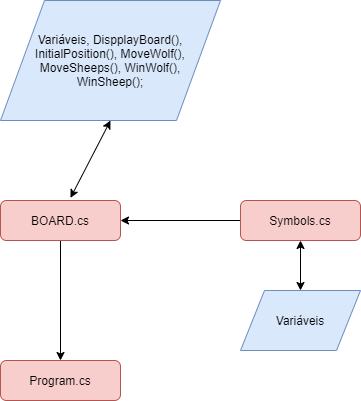
malmaboy/Images keeps this draw.io diagram as Flowchart.png. Above is the earlier version. Source tidied: cells renumbered, new cells last; positions are measured from the earlier drawing's top-left corner, leaving out a move shared by most shapes. The source it was exported from:
```xml
<mxGraphModel>
  <root>
    <mxCell id="0" />
    <mxCell id="1" parent="0" />
    <mxCell id="2" value="Program.cs" style="rounded=1;whiteSpace=wrap;html=1;fontSize=12;glass=0;strokeWidth=1;shadow=0;fillColor=#f8cecc;strokeColor=#b85450;" parent="1" vertex="1">
      <mxGeometry y="360" width="120" height="40" as="geometry" />
    </mxCell>
    <mxCell id="3" style="edgeStyle=orthogonalEdgeStyle;rounded=0;jettySize=auto;html=1;entryX=0.5;entryY=0;entryDx=0;entryDy=0;" parent="1" edge="1" source="4" target="2">
      <mxGeometry relative="1" as="geometry" />
    </mxCell>
    <mxCell id="4" value="BOARD.cs" style="rounded=1;whiteSpace=wrap;html=1;fillColor=#f8cecc;strokeColor=#b85450;" parent="1" vertex="1">
      <mxGeometry y="200" width="120" height="40" as="geometry" />
    </mxCell>
    <mxCell id="5" style="edgeStyle=orthogonalEdgeStyle;rounded=0;jettySize=auto;html=1;entryX=1;entryY=0.5;entryDx=0;entryDy=0;" parent="1" edge="1" target="4">
      <mxGeometry relative="1" as="geometry">
        <mxPoint x="240" y="220" as="sourcePoint" />
      </mxGeometry>
    </mxCell>
    <mxCell id="6" value="Symbols.cs" style="rounded=1;whiteSpace=wrap;html=1;fillColor=#f8cecc;strokeColor=#b85450;" parent="1" vertex="1">
      <mxGeometry x="240" y="200" width="120" height="40" as="geometry" />
    </mxCell>
    <mxCell id="7" value="Variáveis" style="shape=parallelogram;perimeter=parallelogramPerimeter;whiteSpace=wrap;html=1;fillColor=#dae8fc;strokeColor=#6c8ebf;" parent="1" vertex="1">
      <mxGeometry x="240" y="290" width="120" height="60" as="geometry" />
    </mxCell>
    <mxCell id="8" value="Variáveis, DispplayBoard(), InitialPosition(), MoveWolf(), MoveSheeps(), WinWolf(),&lt;br&gt;WinSheep();" style="shape=parallelogram;perimeter=parallelogramPerimeter;whiteSpace=wrap;html=1;fillColor=#dae8fc;strokeColor=#6c8ebf;" parent="1" vertex="1">
      <mxGeometry width="220" height="120" as="geometry" />
    </mxCell>
    <mxCell id="9" style="endArrow=classic;startArrow=classic;html=1;entryX=0.5;entryY=1;entryDx=0;entryDy=0;exitX=0.583;exitY=-0.065;exitDx=0;exitDy=0;exitPerimeter=0;" parent="1" edge="1" source="4" target="8">
      <mxGeometry relative="1" as="geometry" />
    </mxCell>
    <mxCell id="10" style="endArrow=classic;startArrow=classic;html=1;exitX=0.5;exitY=0;exitDx=0;exitDy=0;" parent="1" edge="1" source="7" target="6">
      <mxGeometry relative="1" as="geometry" />
    </mxCell>
  </root>
</mxGraphModel>
```
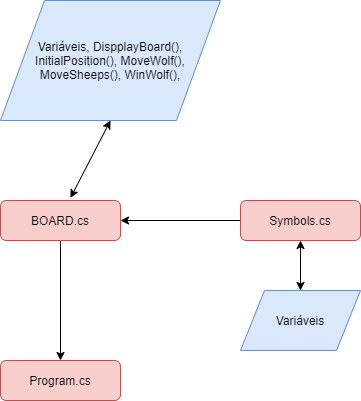
After the change.

What changed in the source:
```diff
@@ -22,7 +22,7 @@
     <mxCell id="7" value="Variáveis" style="shape=parallelogram;perimeter=parallelogramPerimeter;whiteSpace=wrap;html=1;fillColor=#dae8fc;strokeColor=#6c8ebf;" parent="1" vertex="1">
       <mxGeometry x="240" y="290" width="120" height="60" as="geometry" />
     </mxCell>
-    <mxCell id="8" value="Variáveis, DispplayBoard(), InitialPosition(), MoveWolf(), MoveSheeps(), WinWolf(),&lt;br&gt;WinSheep();" style="shape=parallelogram;perimeter=parallelogramPerimeter;whiteSpace=wrap;html=1;fillColor=#dae8fc;strokeColor=#6c8ebf;" parent="1" vertex="1">
+    <mxCell id="8" value="Variáveis, DispplayBoard(), InitialPosition(), MoveWolf(), MoveSheeps(), WinWolf()," style="shape=parallelogram;perimeter=parallelogramPerimeter;whiteSpace=wrap;html=1;fillColor=#dae8fc;strokeColor=#6c8ebf;" parent="1" vertex="1">
       <mxGeometry width="220" height="120" as="geometry" />
     </mxCell>
     <mxCell id="9" style="endArrow=classic;startArrow=classic;html=1;entryX=0.5;entryY=1;entryDx=0;entryDy=0;exitX=0.583;exitY=-0.065;exitDx=0;exitDy=0;exitPerimeter=0;" parent="1" edge="1" source="4" target="8">
```
